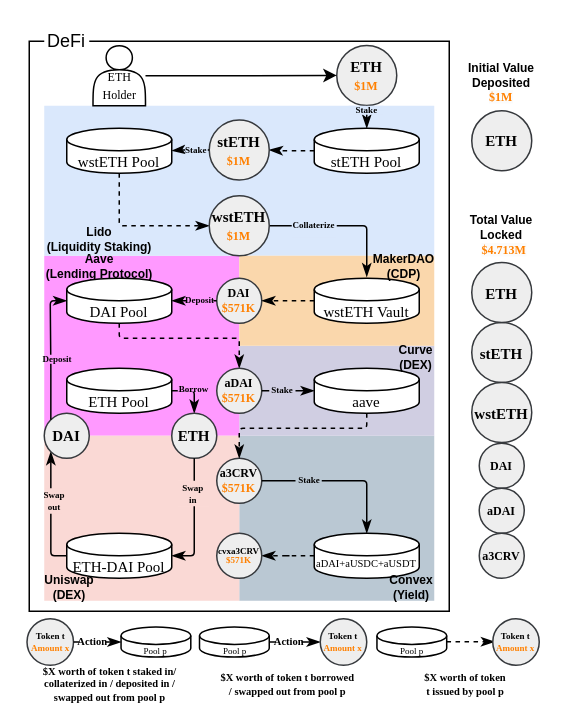
Before: diagrams/complexity.drawio in lyc0603/tvl-measurement, a draw.io diagram. Source tidied: cells renumbered, new cells numbered last; positions are measured from the earlier drawing's top-left corner, leaving out a move shared by most shapes. Both pictures are drawn from the tidied source at 150%, with x=0, y=0 at pixel (26, 26).
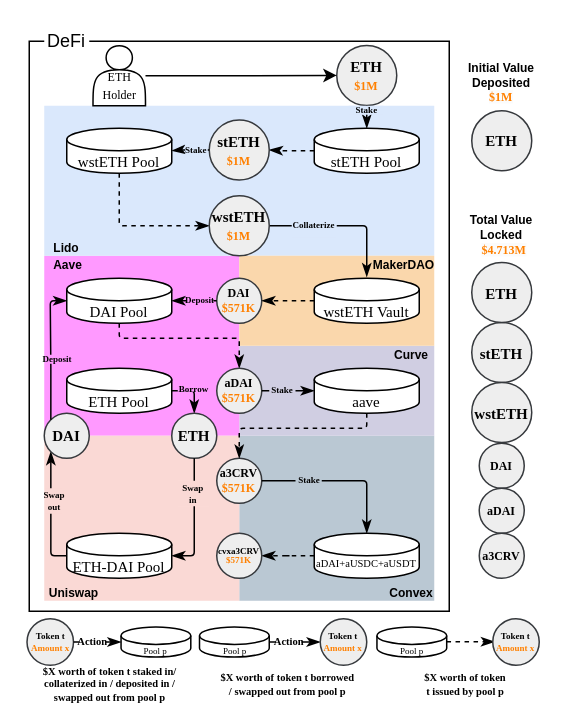
After the change.

Commit message (it also covers changes not shown here):
simplify composability figure

What changed in the source:
```diff
@@
-    <mxCell id="10" value="&lt;b&gt;Lido &lt;br&gt;(Liquidity Staking)&lt;/b&gt;" style="text;html=1;strokeColor=none;fillColor=none;align=center;verticalAlign=middle;whiteSpace=wrap;rounded=0;fontSize=8;spacing=2;" parent="1" vertex="1">
-      <mxGeometry x="9" y="136" width="80" height="12" as="geometry" />
+    <mxCell id="10" value="&lt;b&gt;Lido&lt;br&gt;&lt;/b&gt;" style="text;html=1;strokeColor=none;fillColor=none;align=center;verticalAlign=middle;whiteSpace=wrap;rounded=0;fontSize=8;spacing=2;" parent="1" vertex="1">
+      <mxGeometry x="12" y="142" width="30" height="11" as="geometry" />
     </mxCell>
@@
-    <mxCell id="21" value="&lt;b&gt;Aave&lt;br&gt;(Lending Protocol)&lt;br&gt;&lt;/b&gt;" style="text;html=1;strokeColor=none;fillColor=none;align=center;verticalAlign=middle;whiteSpace=wrap;rounded=0;fontSize=8;" parent="1" vertex="1">
-      <mxGeometry x="9" y="153.8" width="80" height="12" as="geometry" />
-    </mxCell>
@@
-    <mxCell id="28" value="&lt;b&gt;Curve&lt;br&gt;(DEX)&lt;br&gt;&lt;/b&gt;" style="text;html=1;strokeColor=none;fillColor=none;align=center;verticalAlign=middle;whiteSpace=wrap;rounded=0;fontSize=8;" parent="1" vertex="1">
-      <mxGeometry x="245" y="215" width="30" height="12" as="geometry" />
-    </mxCell>
@@
-    <mxCell id="32" value="&lt;b&gt;Uniswap&lt;br&gt;(DEX)&lt;br&gt;&lt;/b&gt;" style="text;html=1;strokeColor=none;fillColor=none;align=center;verticalAlign=middle;whiteSpace=wrap;rounded=0;fontSize=8;" parent="1" vertex="1">
-      <mxGeometry x="9" y="368" width="40" height="12" as="geometry" />
-    </mxCell>
@@
-    <mxCell id="41" value="&lt;b&gt;Convex&lt;br&gt;(Yield)&lt;br&gt;&lt;/b&gt;" style="text;html=1;strokeColor=none;fillColor=none;align=center;verticalAlign=middle;whiteSpace=wrap;rounded=0;fontSize=8;" parent="1" vertex="1">
-      <mxGeometry x="242" y="368" width="30" height="12" as="geometry" />
-    </mxCell>
@@
-    <mxCell id="49" value="&lt;b&gt;MakerDAO&lt;br&gt;(CDP)&lt;br&gt;&lt;/b&gt;" style="text;html=1;strokeColor=none;fillColor=none;align=center;verticalAlign=middle;whiteSpace=wrap;rounded=0;fontSize=8;" parent="1" vertex="1">
-      <mxGeometry x="227" y="157" width="50" height="6" as="geometry" />
-    </mxCell>
@@
+    <mxCell id="86" value="&lt;b&gt;Aave&lt;br&gt;&lt;/b&gt;" style="text;html=1;strokeColor=none;fillColor=none;align=center;verticalAlign=middle;whiteSpace=wrap;rounded=0;fontSize=8;spacing=2;" parent="1" vertex="1">
+      <mxGeometry x="12.5" y="153" width="30" height="11" as="geometry" />
+    </mxCell>
+    <mxCell id="87" value="&lt;b&gt;MakerDAO&lt;br&gt;&lt;/b&gt;" style="text;html=1;strokeColor=none;fillColor=none;align=center;verticalAlign=middle;whiteSpace=wrap;rounded=0;fontSize=8;spacing=2;" parent="1" vertex="1">
+      <mxGeometry x="232" y="153" width="40" height="11" as="geometry" />
+    </mxCell>
+    <mxCell id="88" value="&lt;b&gt;Curve&lt;br&gt;&lt;/b&gt;" style="text;html=1;strokeColor=none;fillColor=none;align=center;verticalAlign=middle;whiteSpace=wrap;rounded=0;fontSize=8;spacing=2;" parent="1" vertex="1">
+      <mxGeometry x="242" y="213" width="30" height="11" as="geometry" />
+    </mxCell>
+    <mxCell id="89" value="&lt;b&gt;Uniswap&lt;br&gt;&lt;/b&gt;" style="text;html=1;strokeColor=none;fillColor=none;align=center;verticalAlign=middle;whiteSpace=wrap;rounded=0;fontSize=8;spacing=2;" parent="1" vertex="1">
+      <mxGeometry x="12" y="372" width="40" height="11" as="geometry" />
+    </mxCell>
+    <mxCell id="90" value="&lt;b&gt;Convex&lt;br&gt;&lt;/b&gt;" style="text;html=1;strokeColor=none;fillColor=none;align=center;verticalAlign=middle;whiteSpace=wrap;rounded=0;fontSize=8;spacing=2;" parent="1" vertex="1">
+      <mxGeometry x="242" y="372" width="30" height="11" as="geometry" />
+    </mxCell>
```
